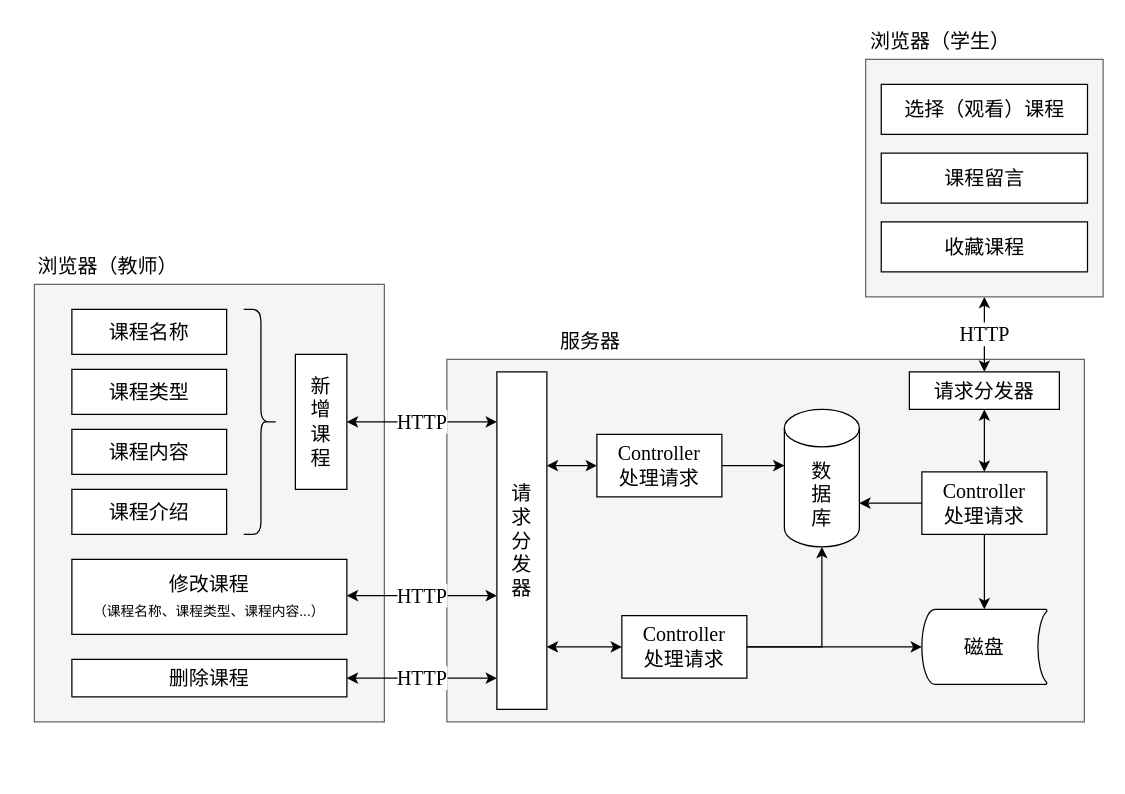
Before: imgs/课程模块设计.drawio in jaclkliao/imgs, a draw.io diagram. Source tidied: cells renumbered, new cells numbered last; positions are measured from the earlier drawing's top-left corner, leaving out a move shared by most shapes. Both pictures are drawn from the tidied source at 125%, with x=0, y=0 at pixel (21, 21).
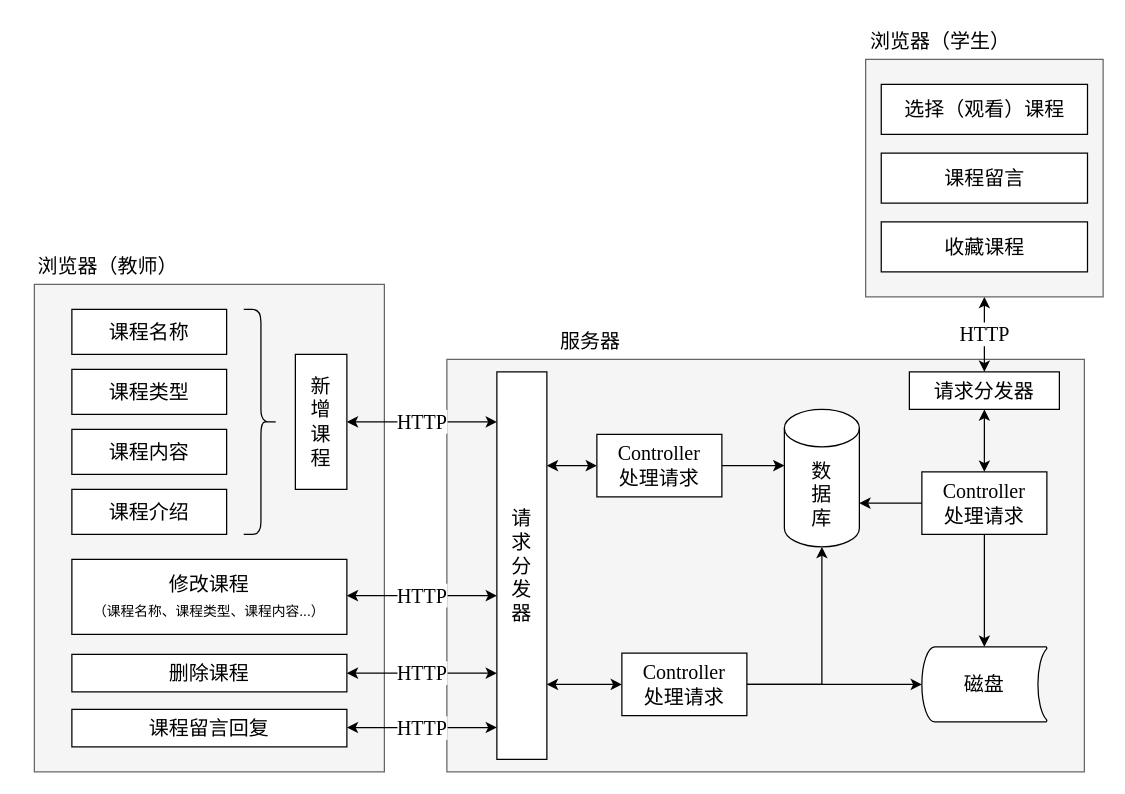
Above is the later version.

Commit message (it also covers changes not shown here):
更新课程模块设计.drawio

What changed in the source:
```diff
@@
     <mxCell id="2" style="rounded=0;whiteSpace=wrap;html=1;fillColor=#f5f5f5;fontColor=#333333;strokeColor=#666666;fontFamily=宋体;fontSize=16;" parent="1" vertex="1">
-      <mxGeometry x="10" y="210" width="280" height="350" as="geometry" />
+      <mxGeometry x="10" y="210" width="280" height="390" as="geometry" />
     </mxCell>
@@
     <mxCell id="12" value="删除课程" style="rounded=0;whiteSpace=wrap;html=1;fontFamily=宋体;fontSize=16;" parent="1" vertex="1">
-      <mxGeometry x="40" y="510" width="220" height="30" as="geometry" />
+      <mxGeometry x="40" y="506" width="220" height="30" as="geometry" />
     </mxCell>
     <mxCell id="13" style="rounded=0;whiteSpace=wrap;html=1;fontFamily=宋体;fontSize=16;fillColor=#f5f5f5;fontColor=#333333;strokeColor=#666666;" parent="1" vertex="1">
-      <mxGeometry x="340" y="270" width="510" height="290" as="geometry" />
+      <mxGeometry x="340" y="270" width="510" height="330" as="geometry" />
     </mxCell>
@@
     <mxCell id="15" value="请&lt;br&gt;求&lt;br&gt;分&lt;br&gt;发&lt;br&gt;器" style="rounded=0;whiteSpace=wrap;html=1;fontFamily=宋体;fontSize=16;" parent="1" vertex="1">
-      <mxGeometry x="380" y="280" width="40" height="270" as="geometry" />
+      <mxGeometry x="380" y="280" width="40" height="310" as="geometry" />
     </mxCell>
@@
     <mxCell id="18" value="HTTP" style="endArrow=classic;startArrow=classic;html=1;rounded=0;fontFamily=Times New Roman;fontSize=16;exitX=1;exitY=0.5;exitDx=0;exitDy=0;" parent="1" edge="1">
       <mxGeometry relative="1" as="geometry">
-        <mxPoint x="260" y="525" as="sourcePoint" />
-        <mxPoint x="380" y="525" as="targetPoint" />
+        <mxPoint x="260" y="521" as="sourcePoint" />
+        <mxPoint x="380" y="521" as="targetPoint" />
       </mxGeometry>
     </mxCell>
@@
     <mxCell id="24" value="&lt;font&gt;&lt;font face=&quot;Times New Roman&quot;&gt;Controller&lt;/font&gt;&lt;br&gt;处理请求&lt;br&gt;&lt;/font&gt;" style="rounded=0;whiteSpace=wrap;html=1;fontFamily=宋体;fontSize=16;" parent="1" vertex="1">
-      <mxGeometry x="480" y="475" width="100" height="50" as="geometry" />
+      <mxGeometry x="480" y="505" width="100" height="50" as="geometry" />
     </mxCell>
     <mxCell id="25" value="磁盘" style="strokeWidth=1;html=1;shape=mxgraph.flowchart.stored_data;whiteSpace=wrap;fontFamily=宋体;fontSize=16;spacing=2;" parent="1" vertex="1">
-      <mxGeometry x="720" y="470" width="100" height="60" as="geometry" />
+      <mxGeometry x="720" y="500" width="100" height="60" as="geometry" />
     </mxCell>
@@
     <mxCell id="31" style="endArrow=classic;startArrow=classic;html=1;rounded=0;fontFamily=宋体;fontSize=16;" parent="1" edge="1" target="24">
       <mxGeometry relative="1" as="geometry">
-        <mxPoint x="420" y="500" as="sourcePoint" />
+        <mxPoint x="420" y="530" as="sourcePoint" />
       </mxGeometry>
     </mxCell>
@@
+    <mxCell id="39" value="课程留言回复" style="rounded=0;whiteSpace=wrap;html=1;fontFamily=宋体;fontSize=16;" parent="1" vertex="1">
+      <mxGeometry x="40" y="550" width="220" height="30" as="geometry" />
+    </mxCell>
+    <mxCell id="40" value="HTTP" style="endArrow=classic;startArrow=classic;html=1;rounded=0;fontFamily=Times New Roman;fontSize=16;exitX=1;exitY=0.5;exitDx=0;exitDy=0;" parent="1" edge="1">
+      <mxGeometry relative="1" as="geometry">
+        <mxPoint x="260" y="564.5" as="sourcePoint" />
+        <mxPoint x="380" y="564.5" as="targetPoint" />
+      </mxGeometry>
+    </mxCell>
```
